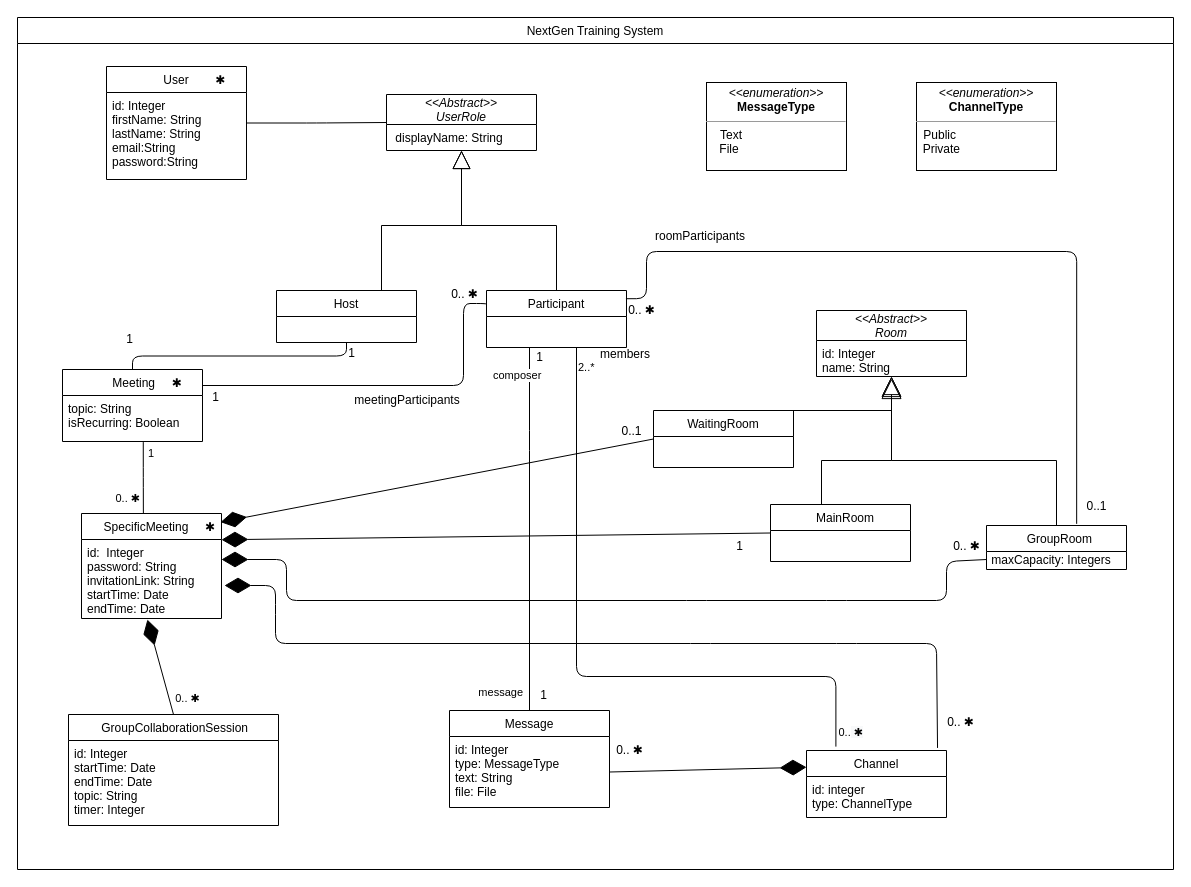
Earlier version of the draw.io diagram ECSE326.drawio (tylerrwatsonn/ecse-326-group-20). Source tidied: cells renumbered, new cells numbered last; positions are measured from the earlier drawing's top-left corner, leaving out a move shared by most shapes. Both pictures are drawn from the tidied source at 100%, with x=0, y=0 at pixel (17, 17).
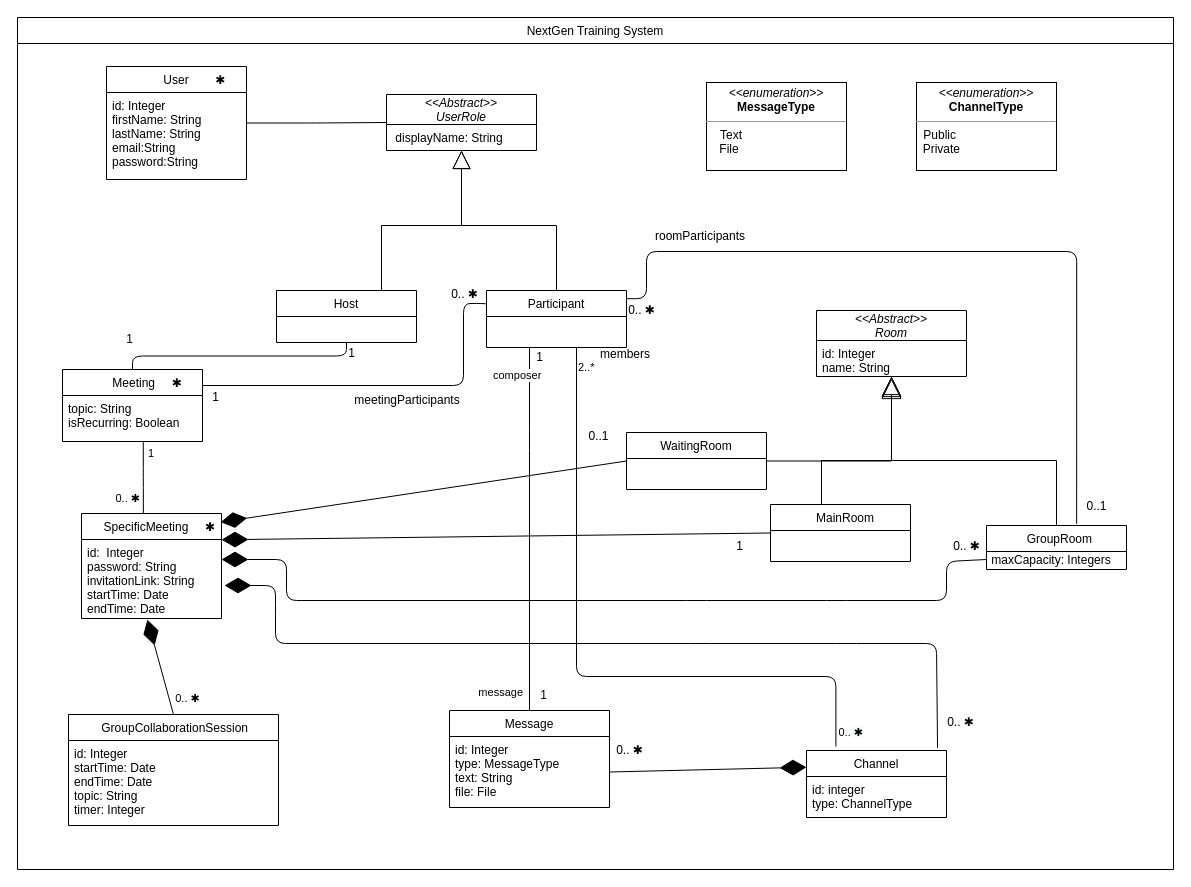
After the change.

The edit, as a diff of the source:
```diff
@@
     <mxCell id="62" value="WaitingRoom" style="swimlane;fontStyle=0;horizontal=1;startSize=26;fillColor=none;" parent="1" vertex="1">
-      <mxGeometry x="636" y="393" width="140" height="57" as="geometry" />
+      <mxGeometry x="609" y="415" width="140" height="57" as="geometry" />
     </mxCell>
-    <mxCell id="63" style="edgeStyle=orthogonalEdgeStyle;rounded=0;jettySize=auto;html=1;exitX=0.5;exitY=0;exitDx=0;exitDy=0;endArrow=block;endFill=0;endSize=18;" parent="1" edge="1" source="62">
+    <mxCell id="63" style="edgeStyle=orthogonalEdgeStyle;rounded=0;jettySize=auto;html=1;endArrow=block;endFill=0;endSize=18;exitX=1;exitY=0.5;exitDx=0;exitDy=0;" parent="1" edge="1" source="62">
       <mxGeometry relative="1" as="geometry">
         <mxPoint x="874" y="361" as="targetPoint" />
         <Array as="points">
-          <mxPoint x="874" y="393" />
+          <mxPoint x="874" y="444" />
         </Array>
       </mxGeometry>
     </mxCell>
@@
     <mxCell id="65" value="0..1" style="text;html=1;align=center;verticalAlign=middle;" parent="1" vertex="1">
-      <mxGeometry x="599" y="405" width="30" height="18" as="geometry" />
+      <mxGeometry x="566" y="410" width="30" height="18" as="geometry" />
     </mxCell>
```
